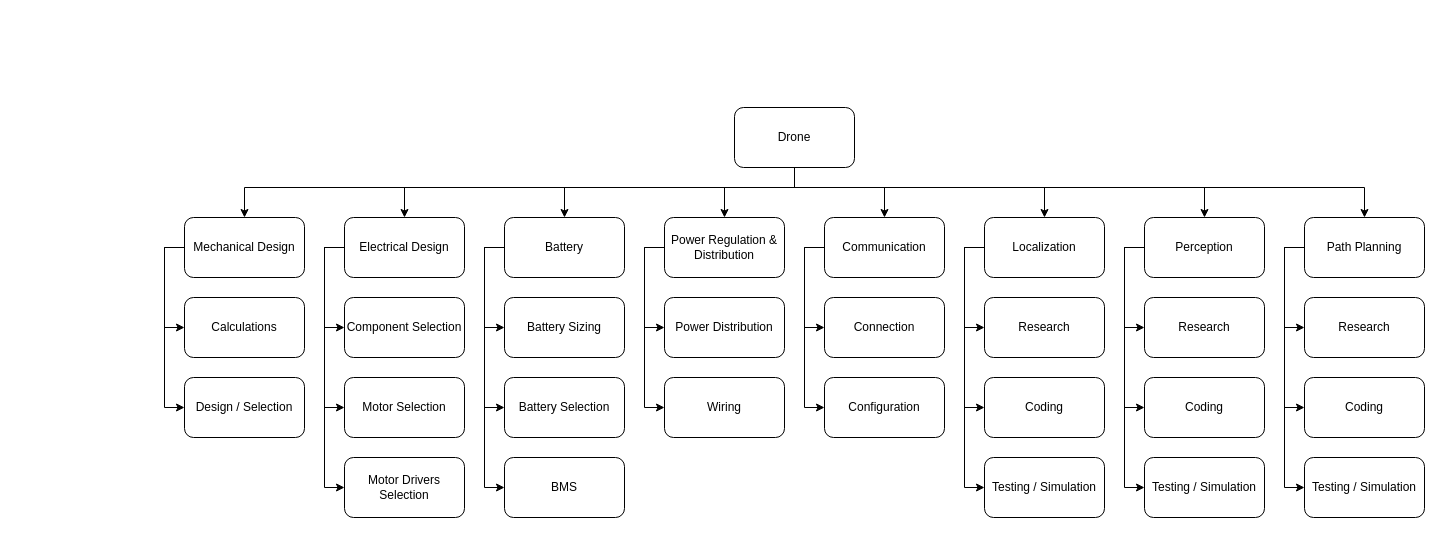
Before: page "Copy of Page-1" (2 of 2) of ArmWBS.drawio in ASU-ROAR-Team/preliminary-report-diagrams, a draw.io diagram. Source tidied: cells renumbered, new cells numbered last; positions are measured from the earlier drawing's top-left corner, leaving out a move shared by most shapes. Both pictures are drawn from the tidied source at 100%, with x=0, y=0 at pixel (164, 107).
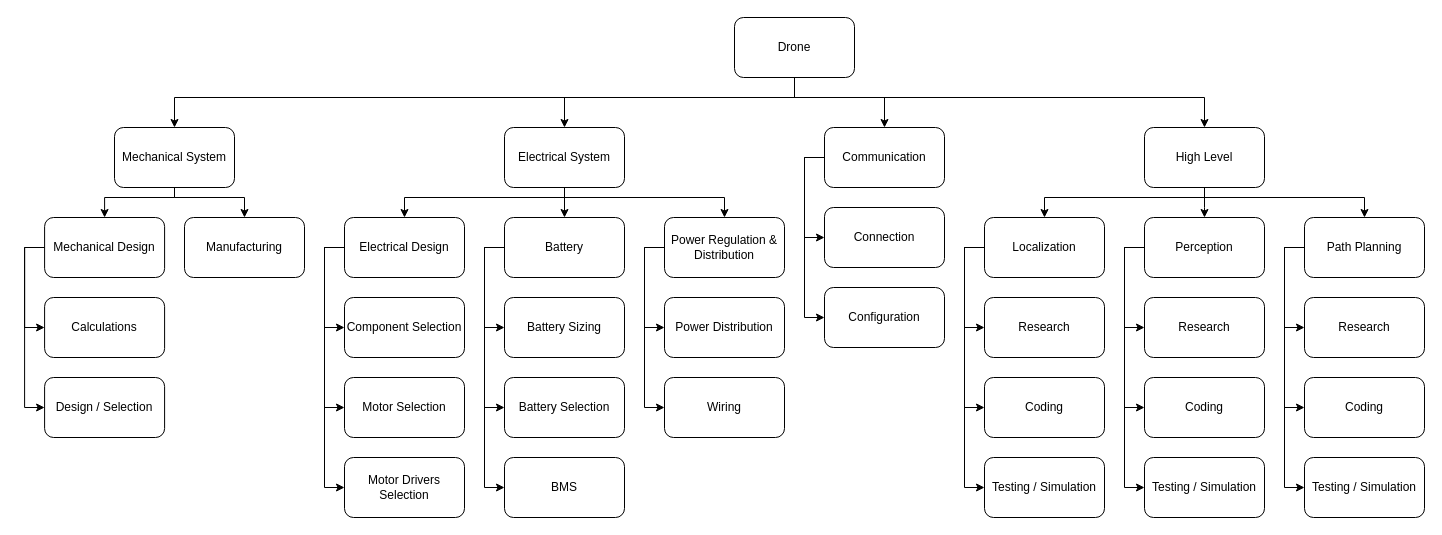
The same diagram, later.

Unchanged cells that the change refers to:
```xml
<mxCell id="13" value="Power Regulation &amp;amp; Distribution" style="rounded=1;whiteSpace=wrap;html=1;" parent="1" vertex="1">
  <mxGeometry x="500" y="110" width="120" height="60" as="geometry" />
</mxCell>
<mxCell id="17" value="Battery" style="rounded=1;whiteSpace=wrap;html=1;" parent="1" vertex="1">
  <mxGeometry x="340" y="110" width="120" height="60" as="geometry" />
</mxCell>
<mxCell id="21" value="Electrical Design" style="rounded=1;whiteSpace=wrap;html=1;" parent="1" vertex="1">
  <mxGeometry x="180" y="110" width="120" height="60" as="geometry" />
</mxCell>
<mxCell id="41" value="Localization" style="rounded=1;whiteSpace=wrap;html=1;" parent="1" vertex="1">
  <mxGeometry x="820" y="110" width="120" height="60" as="geometry" />
</mxCell>
<mxCell id="44" value="Perception" style="rounded=1;whiteSpace=wrap;html=1;" parent="1" vertex="1">
  <mxGeometry x="980" y="110" width="120" height="60" as="geometry" />
</mxCell>
<mxCell id="46" value="Path Planning" style="rounded=1;whiteSpace=wrap;html=1;" parent="1" vertex="1">
  <mxGeometry x="1140" y="110" width="120" height="60" as="geometry" />
</mxCell>
```

The edit, as a diff of the source:
```diff
@@
-    <mxCell id="2" style="edgeStyle=orthogonalEdgeStyle;rounded=0;jettySize=auto;html=1;" parent="1" edge="1" source="7" target="10">
+    <mxCell id="2" style="edgeStyle=orthogonalEdgeStyle;rounded=0;jettySize=auto;html=1;entryX=0.5;entryY=0;entryDx=0;entryDy=0;" parent="1" edge="1" source="7" target="71">
       <mxGeometry relative="1" as="geometry">
         <Array as="points">
-          <mxPoint x="630" y="80" />
-          <mxPoint x="80" y="80" />
+          <mxPoint x="630" y="-10" />
+          <mxPoint x="10" y="-10" />
         </Array>
       </mxGeometry>
     </mxCell>
-    <mxCell id="3" style="edgeStyle=orthogonalEdgeStyle;rounded=0;jettySize=auto;html=1;" parent="1" edge="1" source="7" target="13">
-      <mxGeometry relative="1" as="geometry">
-        <Array as="points">
-          <mxPoint x="630" y="80" />
-          <mxPoint x="560" y="80" />
-        </Array>
-      </mxGeometry>
-    </mxCell>
-    <mxCell id="4" style="edgeStyle=orthogonalEdgeStyle;rounded=0;jettySize=auto;html=1;entryX=0.5;entryY=0;entryDx=0;entryDy=0;" parent="1" edge="1" source="7" target="17">
-      <mxGeometry relative="1" as="geometry">
-        <Array as="points">
-          <mxPoint x="630" y="80" />
-          <mxPoint x="400" y="80" />
-        </Array>
-      </mxGeometry>
+    <mxCell id="4" style="edgeStyle=orthogonalEdgeStyle;rounded=0;jettySize=auto;html=1;entryX=0.5;entryY=0;entryDx=0;entryDy=0;" parent="1" edge="1" source="64" target="17">
+      <mxGeometry relative="1" as="geometry" />
     </mxCell>
-    <mxCell id="5" style="edgeStyle=orthogonalEdgeStyle;rounded=0;jettySize=auto;html=1;exitX=0.5;exitY=1;exitDx=0;exitDy=0;" parent="1" edge="1" source="7" target="21">
-      <mxGeometry relative="1" as="geometry">
-        <Array as="points">
-          <mxPoint x="630" y="80" />
-          <mxPoint x="240" y="80" />
-        </Array>
-      </mxGeometry>
-    </mxCell>
     <mxCell id="6" style="edgeStyle=orthogonalEdgeStyle;rounded=0;jettySize=auto;html=1;" parent="1" edge="1" source="7" target="24">
       <mxGeometry relative="1" as="geometry">
         <Array as="points">
-          <mxPoint x="630" y="80" />
-          <mxPoint x="720" y="80" />
+          <mxPoint x="630" y="-10" />
+          <mxPoint x="720" y="-10" />
         </Array>
       </mxGeometry>
     </mxCell>
     <mxCell id="7" value="Drone" style="rounded=1;whiteSpace=wrap;html=1;" parent="1" vertex="1">
-      <mxGeometry x="570" width="120" height="60" as="geometry" />
+      <mxGeometry x="570" y="-90" width="120" height="60" as="geometry" />
     </mxCell>
     <mxCell id="8" style="edgeStyle=orthogonalEdgeStyle;rounded=0;jettySize=auto;html=1;entryX=0;entryY=0.5;entryDx=0;entryDy=0;" parent="1" edge="1" source="10" target="26">
       <mxGeometry relative="1" as="geometry">
         <Array as="points">
-          <mxPoint y="140" />
-          <mxPoint y="300" />
+          <mxPoint x="-139.9" y="140" />
+          <mxPoint x="-139.9" y="300" />
         </Array>
       </mxGeometry>
     </mxCell>
     <mxCell id="9" style="edgeStyle=orthogonalEdgeStyle;rounded=0;jettySize=auto;html=1;" parent="1" edge="1" source="10" target="25">
       <mxGeometry relative="1" as="geometry">
         <Array as="points">
-          <mxPoint y="140" />
-          <mxPoint y="220" />
+          <mxPoint x="-139.9" y="140" />
+          <mxPoint x="-139.9" y="220" />
         </Array>
       </mxGeometry>
     </mxCell>
     <mxCell id="10" value="Mechanical Design" style="rounded=1;whiteSpace=wrap;html=1;" parent="1" vertex="1">
-      <mxGeometry x="20" y="110" width="120" height="60" as="geometry" />
+      <mxGeometry x="-119.9" y="110" width="120" height="60" as="geometry" />
     </mxCell>
@@
     <mxCell id="22" style="edgeStyle=orthogonalEdgeStyle;rounded=0;jettySize=auto;html=1;exitX=0;exitY=0.5;exitDx=0;exitDy=0;" parent="1" edge="1" source="24" target="32">
       <mxGeometry relative="1" as="geometry">
         <Array as="points">
-          <mxPoint x="640" y="140" />
-          <mxPoint x="640" y="220" />
+          <mxPoint x="640" y="50" />
+          <mxPoint x="640" y="130" />
         </Array>
       </mxGeometry>
     </mxCell>
     <mxCell id="23" style="edgeStyle=orthogonalEdgeStyle;rounded=0;jettySize=auto;html=1;" parent="1" edge="1" source="24" target="33">
       <mxGeometry relative="1" as="geometry">
         <Array as="points">
-          <mxPoint x="640" y="140" />
-          <mxPoint x="640" y="300" />
+          <mxPoint x="640" y="50" />
+          <mxPoint x="640" y="210" />
         </Array>
       </mxGeometry>
     </mxCell>
     <mxCell id="24" value="Communication" style="rounded=1;whiteSpace=wrap;html=1;" parent="1" vertex="1">
-      <mxGeometry x="660" y="110" width="120" height="60" as="geometry" />
+      <mxGeometry x="660" y="20" width="120" height="60" as="geometry" />
     </mxCell>
     <mxCell id="25" value="Calculations" style="rounded=1;whiteSpace=wrap;html=1;" parent="1" vertex="1">
-      <mxGeometry x="20" y="190" width="120" height="60" as="geometry" />
+      <mxGeometry x="-119.9" y="190" width="120" height="60" as="geometry" />
     </mxCell>
     <mxCell id="26" value="Design / Selection" style="rounded=1;whiteSpace=wrap;html=1;" parent="1" vertex="1">
-      <mxGeometry x="20" y="270" width="120" height="60" as="geometry" />
+      <mxGeometry x="-119.9" y="270" width="120" height="60" as="geometry" />
     </mxCell>
@@
     <mxCell id="32" value="Connection" style="rounded=1;whiteSpace=wrap;html=1;" parent="1" vertex="1">
-      <mxGeometry x="660" y="190" width="120" height="60" as="geometry" />
+      <mxGeometry x="660" y="100" width="120" height="60" as="geometry" />
     </mxCell>
     <mxCell id="33" value="Configuration" style="rounded=1;whiteSpace=wrap;html=1;" parent="1" vertex="1">
-      <mxGeometry x="660" y="270" width="120" height="60" as="geometry" />
+      <mxGeometry x="660" y="180" width="120" height="60" as="geometry" />
     </mxCell>
@@
-    <mxCell id="37" style="edgeStyle=orthogonalEdgeStyle;rounded=0;jettySize=auto;html=1;exitX=0.5;exitY=1;exitDx=0;exitDy=0;" parent="1" edge="1" source="7" target="41">
+    <mxCell id="37" style="edgeStyle=orthogonalEdgeStyle;rounded=0;jettySize=auto;html=1;exitX=0.5;exitY=1;exitDx=0;exitDy=0;entryX=0.5;entryY=0;entryDx=0;entryDy=0;" parent="1" edge="1" source="7" target="68">
       <mxGeometry relative="1" as="geometry">
         <Array as="points">
-          <mxPoint x="630" y="80" />
-          <mxPoint x="880" y="80" />
+          <mxPoint x="630" y="-10" />
+          <mxPoint x="1040" y="-10" />
         </Array>
       </mxGeometry>
     </mxCell>
@@
-    <mxCell id="45" style="edgeStyle=orthogonalEdgeStyle;rounded=0;jettySize=auto;html=1;exitX=0.5;exitY=1;exitDx=0;exitDy=0;entryX=0.5;entryY=0;entryDx=0;entryDy=0;" parent="1" edge="1" source="7" target="46">
-      <mxGeometry relative="1" as="geometry">
-        <Array as="points">
-          <mxPoint x="630" y="80" />
-          <mxPoint x="1200" y="80" />
-        </Array>
-      </mxGeometry>
-    </mxCell>
@@
-    <mxCell id="47" style="endArrow=classic;html=1;rounded=0;entryX=0.5;entryY=0;entryDx=0;entryDy=0;exitX=0.5;exitY=1;exitDx=0;exitDy=0;" parent="1" edge="1" source="7" target="44">
-      <mxGeometry relative="1" as="geometry">
-        <Array as="points">
-          <mxPoint x="630" y="80" />
-          <mxPoint x="1040" y="80" />
-        </Array>
-      </mxGeometry>
-    </mxCell>
@@
+    <mxCell id="61" style="edgeStyle=orthogonalEdgeStyle;rounded=0;jettySize=auto;html=1;" parent="1" edge="1" target="64">
+      <mxGeometry relative="1" as="geometry">
+        <mxPoint x="630" y="-30" as="sourcePoint" />
+        <Array as="points">
+          <mxPoint x="630" y="-10" />
+          <mxPoint x="400" y="-10" />
+        </Array>
+      </mxGeometry>
+    </mxCell>
+    <mxCell id="62" style="edgeStyle=orthogonalEdgeStyle;rounded=0;jettySize=auto;html=1;entryX=0.5;entryY=0;entryDx=0;entryDy=0;" parent="1" edge="1" source="64" target="21">
+      <mxGeometry relative="1" as="geometry">
+        <Array as="points">
+          <mxPoint x="400" y="90" />
+          <mxPoint x="240" y="90" />
+        </Array>
+      </mxGeometry>
+    </mxCell>
+    <mxCell id="63" style="edgeStyle=orthogonalEdgeStyle;rounded=0;jettySize=auto;html=1;entryX=0.5;entryY=0;entryDx=0;entryDy=0;" parent="1" edge="1" source="64" target="13">
+      <mxGeometry relative="1" as="geometry">
+        <Array as="points">
+          <mxPoint x="400" y="90" />
+          <mxPoint x="560" y="90" />
+        </Array>
+      </mxGeometry>
+    </mxCell>
+    <mxCell id="64" value="Electrical System" style="rounded=1;whiteSpace=wrap;html=1;" parent="1" vertex="1">
+      <mxGeometry x="340" y="20" width="120" height="60" as="geometry" />
+    </mxCell>
+    <mxCell id="65" style="edgeStyle=orthogonalEdgeStyle;rounded=0;jettySize=auto;html=1;entryX=0.5;entryY=0;entryDx=0;entryDy=0;" parent="1" edge="1" source="68" target="41">
+      <mxGeometry relative="1" as="geometry">
+        <Array as="points">
+          <mxPoint x="1040" y="90" />
+          <mxPoint x="880" y="90" />
+        </Array>
+      </mxGeometry>
+    </mxCell>
+    <mxCell id="66" style="edgeStyle=orthogonalEdgeStyle;rounded=0;jettySize=auto;html=1;entryX=0.5;entryY=0;entryDx=0;entryDy=0;" parent="1" edge="1" source="68" target="46">
+      <mxGeometry relative="1" as="geometry">
+        <Array as="points">
+          <mxPoint x="1040" y="90" />
+          <mxPoint x="1200" y="90" />
+        </Array>
+      </mxGeometry>
+    </mxCell>
+    <mxCell id="67" style="edgeStyle=orthogonalEdgeStyle;rounded=0;jettySize=auto;html=1;" parent="1" edge="1" source="68">
+      <mxGeometry relative="1" as="geometry">
+        <mxPoint x="1040" y="110" as="targetPoint" />
+      </mxGeometry>
+    </mxCell>
+    <mxCell id="68" value="High Level" style="rounded=1;whiteSpace=wrap;html=1;" parent="1" vertex="1">
+      <mxGeometry x="980" y="20" width="120" height="60" as="geometry" />
+    </mxCell>
+    <mxCell id="69" style="edgeStyle=orthogonalEdgeStyle;rounded=0;jettySize=auto;html=1;entryX=0.5;entryY=0;entryDx=0;entryDy=0;exitX=0.5;exitY=1;exitDx=0;exitDy=0;" parent="1" edge="1" source="71" target="10">
+      <mxGeometry relative="1" as="geometry">
+        <Array as="points">
+          <mxPoint x="10" y="90" />
+          <mxPoint x="-60" y="90" />
+        </Array>
+      </mxGeometry>
+    </mxCell>
+    <mxCell id="70" style="edgeStyle=orthogonalEdgeStyle;rounded=0;jettySize=auto;html=1;exitX=0.5;exitY=1;exitDx=0;exitDy=0;" parent="1" edge="1" source="71" target="72">
+      <mxGeometry relative="1" as="geometry">
+        <Array as="points">
+          <mxPoint x="10" y="90" />
+          <mxPoint x="80" y="90" />
+        </Array>
+      </mxGeometry>
+    </mxCell>
+    <mxCell id="71" value="Mechanical System" style="rounded=1;whiteSpace=wrap;html=1;" parent="1" vertex="1">
+      <mxGeometry x="-50" y="20" width="120" height="60" as="geometry" />
+    </mxCell>
+    <mxCell id="72" value="Manufacturing" style="rounded=1;whiteSpace=wrap;html=1;" parent="1" vertex="1">
+      <mxGeometry x="20" y="110" width="120" height="60" as="geometry" />
+    </mxCell>
```
